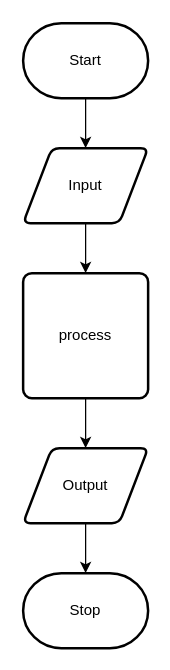
This is design/flow-chart.drawio from Liya-Getachew/ICS2O-Unit6-04-QUERY, a draw.io file, before an edit. Source tidied: cells renumbered, new cells numbered last; positions are measured from the earlier drawing's top-left corner, leaving out a move shared by most shapes. Both pictures are drawn from the tidied source at 125%, with x=0, y=0 at pixel (22, 22).
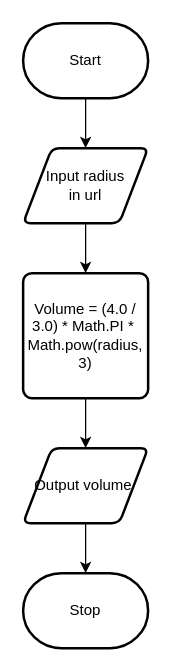
The same page after the edit.

Commit message (it also covers changes not shown here):
chart and board

The edit, as a diff of the source:
```diff
@@
 <mxGraphModel>
   <root>
     <mxCell id="0" />
     <mxCell id="1" parent="0" />
     <mxCell id="2" style="edgeStyle=none;html=1;" parent="1" edge="1" source="3" target="5">
       <mxGeometry relative="1" as="geometry" />
     </mxCell>
     <mxCell id="3" value="Start" style="strokeWidth=2;html=1;shape=mxgraph.flowchart.terminator;whiteSpace=wrap;" parent="1" vertex="1">
       <mxGeometry width="100" height="60" as="geometry" />
     </mxCell>
     <mxCell id="4" style="edgeStyle=none;html=1;" parent="1" edge="1" source="5" target="7">
       <mxGeometry relative="1" as="geometry" />
     </mxCell>
-    <mxCell id="5" value="Input" style="shape=parallelogram;html=1;strokeWidth=2;perimeter=parallelogramPerimeter;whiteSpace=wrap;rounded=1;arcSize=12;size=0.23;" parent="1" vertex="1">
+    <mxCell id="5" value="Input radius&lt;br&gt;in url" style="shape=parallelogram;html=1;strokeWidth=2;perimeter=parallelogramPerimeter;whiteSpace=wrap;rounded=1;arcSize=12;size=0.23;" parent="1" vertex="1">
       <mxGeometry y="100" width="100" height="60" as="geometry" />
     </mxCell>
     <mxCell id="6" style="edgeStyle=none;html=1;" parent="1" edge="1" source="7" target="9">
       <mxGeometry relative="1" as="geometry" />
     </mxCell>
-    <mxCell id="7" value="process" style="rounded=1;whiteSpace=wrap;html=1;absoluteArcSize=1;arcSize=14;strokeWidth=2;" parent="1" vertex="1">
+    <mxCell id="7" value="Volume = (4.0 / 3.0) * Math.PI *&amp;nbsp; Math.pow(radius, 3)" style="rounded=1;whiteSpace=wrap;html=1;absoluteArcSize=1;arcSize=14;strokeWidth=2;" parent="1" vertex="1">
       <mxGeometry y="200" width="100" height="100" as="geometry" />
     </mxCell>
     <mxCell id="8" style="edgeStyle=none;html=1;" parent="1" edge="1" source="9" target="10">
       <mxGeometry relative="1" as="geometry" />
     </mxCell>
-    <mxCell id="9" value="Output" style="shape=parallelogram;html=1;strokeWidth=2;perimeter=parallelogramPerimeter;whiteSpace=wrap;rounded=1;arcSize=12;size=0.23;" parent="1" vertex="1">
+    <mxCell id="9" value="Output volume&amp;nbsp;" style="shape=parallelogram;html=1;strokeWidth=2;perimeter=parallelogramPerimeter;whiteSpace=wrap;rounded=1;arcSize=12;size=0.23;" parent="1" vertex="1">
       <mxGeometry y="340" width="100" height="60" as="geometry" />
     </mxCell>
     <mxCell id="10" value="Stop" style="strokeWidth=2;html=1;shape=mxgraph.flowchart.terminator;whiteSpace=wrap;" parent="1" vertex="1">
       <mxGeometry y="440" width="100" height="60" as="geometry" />
     </mxCell>
   </root>
 </mxGraphModel>
```
